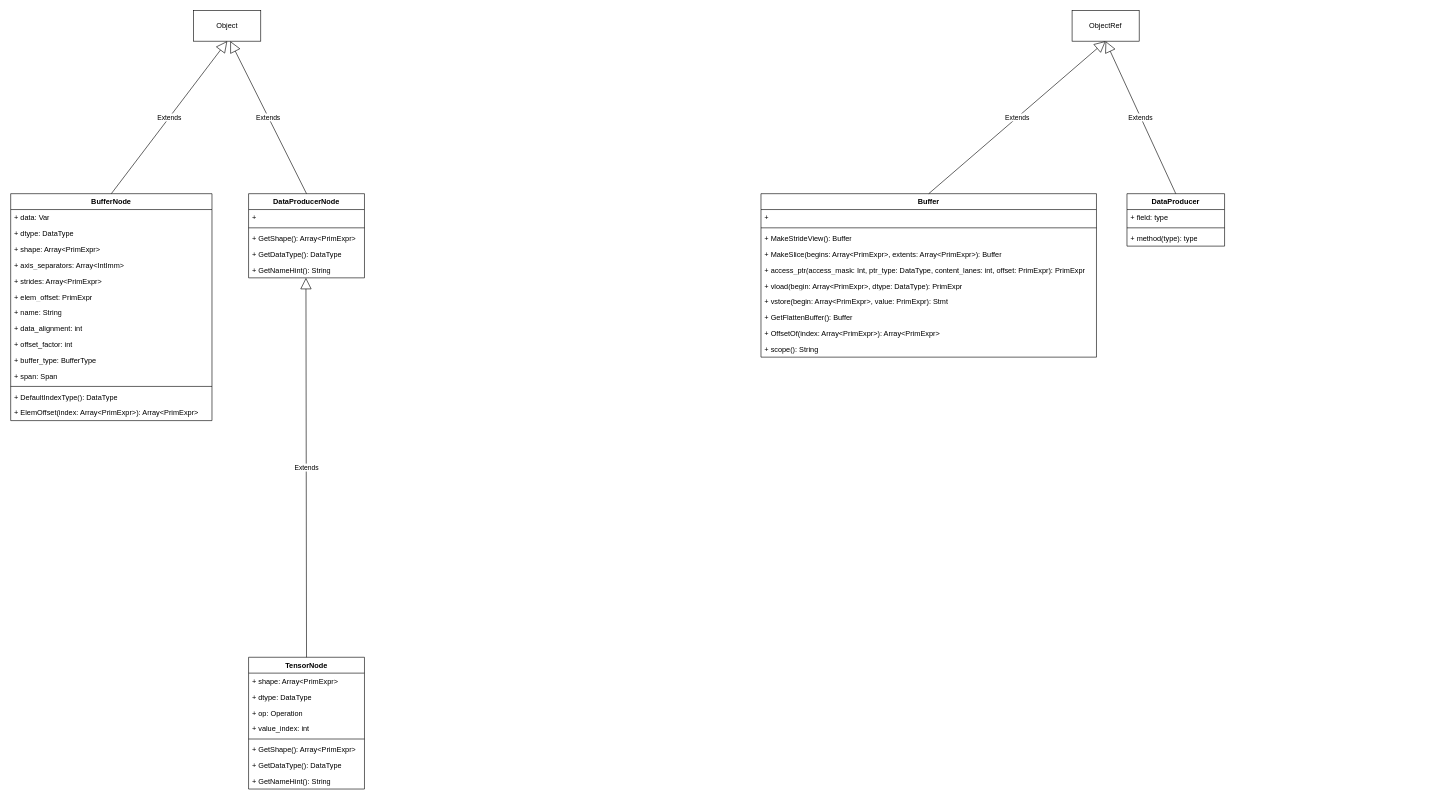
The draw.io diagram page "buffer" (3 of 5) of tir.drawio in gdhzyz/draws, before the edit. Source tidied: cells renumbered, new cells numbered last; positions are measured from the earlier drawing's top-left corner, leaving out a move shared by most shapes. Both pictures are drawn from the tidied source at 61%, with x=0, y=0 at pixel (10, 10).
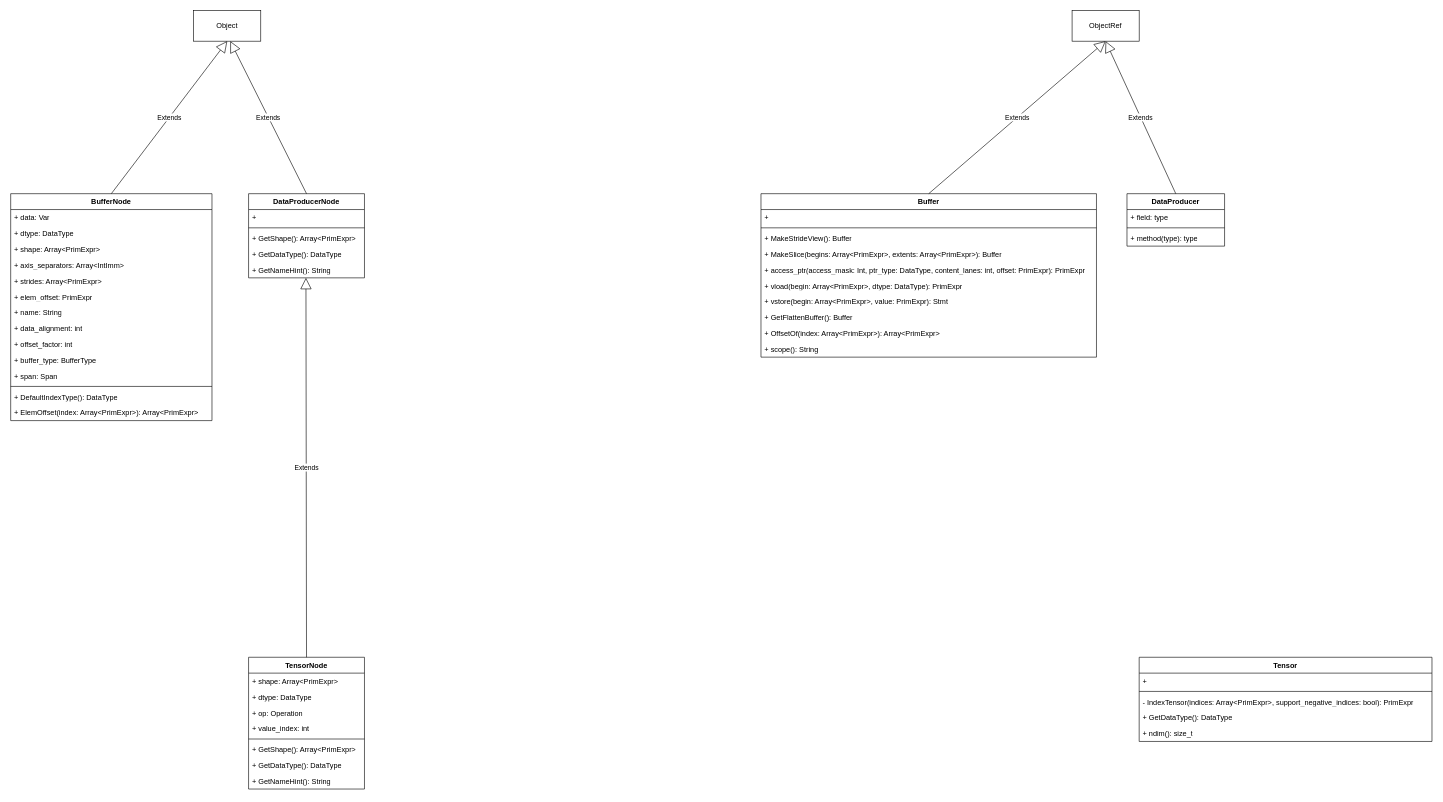
The same page after the edit.

Diff of the diagram source:
```diff
@@
+    <mxCell id="54" value="Tensor" style="swimlane;fontStyle=1;align=center;verticalAlign=top;horizontal=1;startSize=26;whiteSpace=wrap;html=1;" parent="1" vertex="1">
+      <mxGeometry x="1850" y="1060" width="480" height="138" as="geometry" />
+    </mxCell>
+    <mxCell id="55" value="+&amp;nbsp;" style="text;strokeColor=none;fillColor=none;align=left;verticalAlign=top;spacingLeft=4;spacingRight=4;overflow=hidden;whiteSpace=wrap;html=1;" parent="54" vertex="1">
+      <mxGeometry y="26" width="480" height="26" as="geometry" />
+    </mxCell>
+    <mxCell id="56" style="line;strokeWidth=1;fillColor=none;align=left;verticalAlign=middle;spacingTop=-1;spacingLeft=3;spacingRight=3;labelPosition=right;strokeColor=inherit;" parent="54" vertex="1">
+      <mxGeometry y="52" width="480" height="8" as="geometry" />
+    </mxCell>
+    <mxCell id="57" value="- IndexTensor(indices: Array&amp;lt;PrimExpr&amp;gt;, support_negative_indices: bool): PrimExpr" style="text;strokeColor=none;fillColor=none;align=left;verticalAlign=top;spacingLeft=4;spacingRight=4;overflow=hidden;whiteSpace=wrap;html=1;" parent="54" vertex="1">
+      <mxGeometry y="60" width="480" height="26" as="geometry" />
+    </mxCell>
+    <mxCell id="58" value="+ GetDataType(): DataType" style="text;strokeColor=none;fillColor=none;align=left;verticalAlign=top;spacingLeft=4;spacingRight=4;overflow=hidden;whiteSpace=wrap;html=1;" parent="54" vertex="1">
+      <mxGeometry y="86" width="480" height="26" as="geometry" />
+    </mxCell>
+    <mxCell id="59" value="+ ndim(): size_t" style="text;strokeColor=none;fillColor=none;align=left;verticalAlign=top;spacingLeft=4;spacingRight=4;overflow=hidden;whiteSpace=wrap;html=1;" parent="54" vertex="1">
+      <mxGeometry y="112" width="480" height="26" as="geometry" />
+    </mxCell>
```
